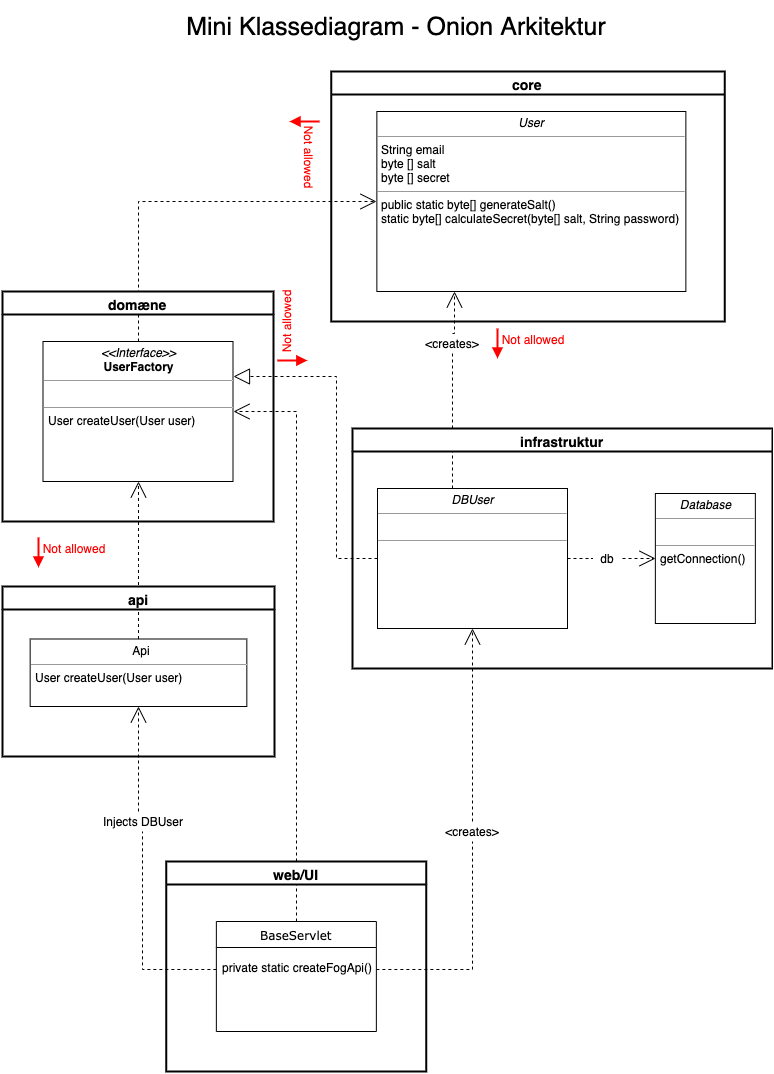
codergram/Fog keeps this draw.io diagram as Documentation/UML/Klassediagram/Class_diagram.png. Above is the earlier version. Source tidied: cells renumbered, new cells last; positions are measured from the earlier drawing's top-left corner, leaving out a move shared by most shapes.
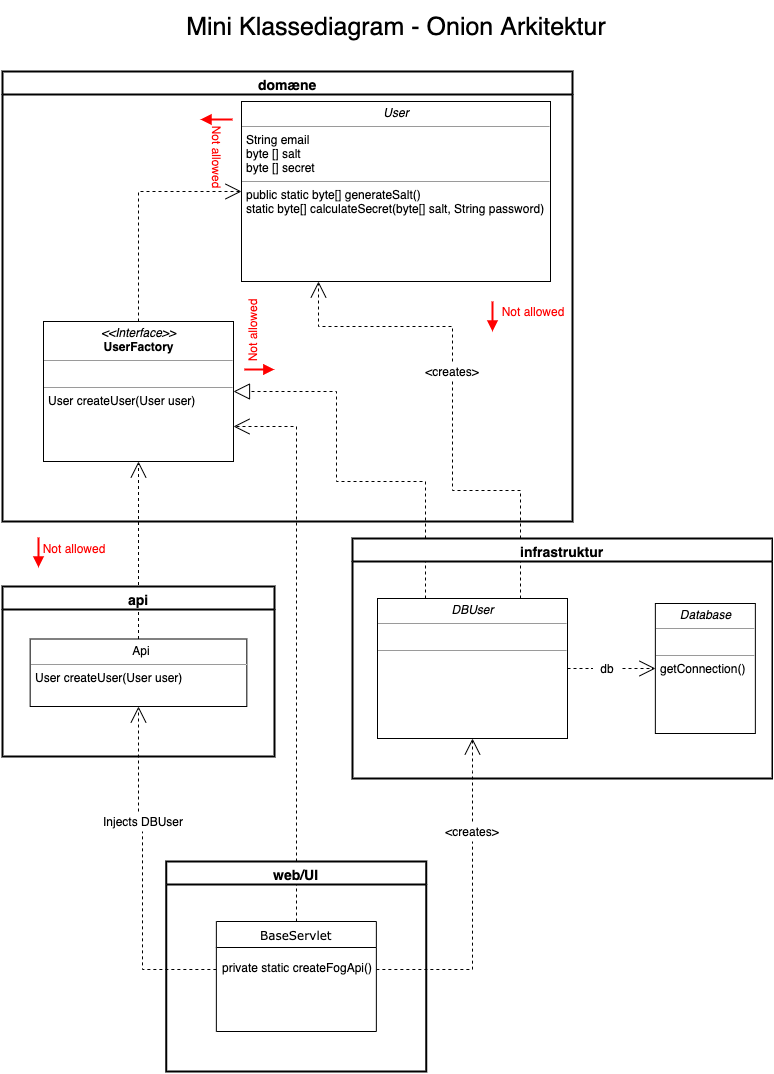
Above is the later version.

Commit message:
klassediagram uden core

What changed in the source:
```diff
@@ -2,32 +2,25 @@
   <root>
     <mxCell id="0" />
     <mxCell id="1" parent="0" />
-    <mxCell id="2" style="edgeStyle=orthogonalEdgeStyle;rounded=0;jettySize=auto;html=1;exitX=0.5;exitY=0;exitDx=0;exitDy=0;entryX=0;entryY=0.5;entryDx=0;entryDy=0;dashed=1;endArrow=open;endFill=0;endSize=14;strokeWidth=1;" parent="1" edge="1" source="23" target="25">
-      <mxGeometry relative="1" as="geometry" />
-    </mxCell>
-    <mxCell id="3" style="edgeStyle=orthogonalEdgeStyle;rounded=0;jettySize=auto;html=1;entryX=1;entryY=0.25;entryDx=0;entryDy=0;dashed=1;endArrow=block;endFill=0;endSize=14;strokeWidth=1;exitX=0;exitY=0.5;exitDx=0;exitDy=0;" parent="1" edge="1" source="7" target="23">
+    <mxCell id="3" style="edgeStyle=orthogonalEdgeStyle;rounded=0;jettySize=auto;html=1;entryX=1;entryY=0.5;entryDx=0;entryDy=0;dashed=1;endArrow=block;endFill=0;endSize=14;strokeWidth=1;exitX=0.25;exitY=0;exitDx=0;exitDy=0;" parent="1" edge="1" source="7" target="23">
       <mxGeometry relative="1" as="geometry">
         <Array as="points">
-          <mxPoint x="333.9" y="557" />
-          <mxPoint x="333.9" y="375" />
+          <mxPoint x="423" y="480" />
+          <mxPoint x="334" y="480" />
+          <mxPoint x="334" y="390" />
         </Array>
       </mxGeometry>
     </mxCell>
     <mxCell id="4" style="edgeStyle=orthogonalEdgeStyle;rounded=0;jettySize=auto;html=1;exitX=1;exitY=0.5;exitDx=0;exitDy=0;entryX=0;entryY=0.5;entryDx=0;entryDy=0;dashed=1;endArrow=none;endFill=0;endSize=14;strokeWidth=1;" parent="1" edge="1" source="7" target="28">
       <mxGeometry relative="1" as="geometry" />
     </mxCell>
-    <mxCell id="5" style="edgeStyle=orthogonalEdgeStyle;rounded=0;jettySize=auto;html=1;entryX=0.25;entryY=1;entryDx=0;entryDy=0;dashed=1;endArrow=open;endFill=0;endSize=14;strokeWidth=1;exitX=0.5;exitY=0;exitDx=0;exitDy=0;" parent="1" edge="1" source="16" target="25">
-      <mxGeometry relative="1" as="geometry" />
-    </mxCell>
-    <mxCell id="6" style="edgeStyle=orthogonalEdgeStyle;rounded=0;jettySize=auto;html=1;entryX=0.5;entryY=1;entryDx=0;entryDy=0;dashed=1;endArrow=none;endFill=0;endSize=14;strokeWidth=1;" parent="1" edge="1" target="16">
-      <mxGeometry relative="1" as="geometry">
-        <mxPoint x="450" y="487" as="sourcePoint" />
-      </mxGeometry>
+    <mxCell id="6" style="edgeStyle=orthogonalEdgeStyle;rounded=0;jettySize=auto;html=1;entryX=0.5;entryY=1;entryDx=0;entryDy=0;dashed=1;endArrow=none;endFill=0;endSize=14;strokeWidth=1;exitX=0.75;exitY=0;exitDx=0;exitDy=0;" parent="1" edge="1" source="7" target="16">
+      <mxGeometry relative="1" as="geometry" />
     </mxCell>
     <mxCell id="7" value="&lt;p style=&quot;margin: 0px ; margin-top: 4px ; text-align: center&quot;&gt;&lt;i&gt;DBUser&lt;/i&gt;&lt;/p&gt;&lt;hr size=&quot;1&quot;&gt;&lt;p style=&quot;margin: 0px ; margin-left: 4px&quot;&gt;&lt;br&gt;&lt;/p&gt;&lt;hr size=&quot;1&quot;&gt;&lt;p style=&quot;margin: 0px ; margin-left: 4px&quot;&gt;&lt;br&gt;&lt;/p&gt;" style="verticalAlign=top;align=left;overflow=fill;fontSize=12;fontFamily=Helvetica;html=1;rounded=0;shadow=0;comic=0;labelBackgroundColor=none;strokeWidth=1;" parent="1" vertex="1">
-      <mxGeometry x="375" y="487" width="190" height="140" as="geometry" />
+      <mxGeometry x="375" y="597" width="190" height="140" as="geometry" />
     </mxCell>
-    <mxCell id="8" style="edgeStyle=orthogonalEdgeStyle;rounded=0;jettySize=auto;html=1;entryX=1;entryY=0.5;entryDx=0;entryDy=0;dashed=1;endArrow=open;endFill=0;endSize=14;strokeWidth=1;exitX=0.5;exitY=0;exitDx=0;exitDy=0;" parent="1" edge="1" source="18" target="23">
+    <mxCell id="8" style="edgeStyle=orthogonalEdgeStyle;rounded=0;jettySize=auto;html=1;entryX=1;entryY=0.75;entryDx=0;entryDy=0;dashed=1;endArrow=open;endFill=0;endSize=14;strokeWidth=1;exitX=0.5;exitY=0;exitDx=0;exitDy=0;" parent="1" edge="1" source="18" target="23">
       <mxGeometry relative="1" as="geometry" />
     </mxCell>
     <mxCell id="9" style="edgeStyle=orthogonalEdgeStyle;rounded=0;jettySize=auto;html=1;entryX=0.5;entryY=1;entryDx=0;entryDy=0;dashed=1;endArrow=open;endFill=0;endSize=14;strokeWidth=1;" parent="1" edge="1" source="10" target="7">
@@ -71,9 +64,6 @@
     <mxCell id="15" style="edgeStyle=orthogonalEdgeStyle;rounded=0;jettySize=auto;html=1;entryX=0.5;entryY=1;entryDx=0;entryDy=0;dashed=1;endArrow=open;endFill=0;endSize=14;strokeWidth=1;" parent="1" edge="1" source="21" target="23">
       <mxGeometry relative="1" as="geometry" />
     </mxCell>
-    <mxCell id="16" value="&amp;lt;creates&amp;gt;" style="text;html=1;strokeColor=none;fillColor=none;align=center;verticalAlign=middle;whiteSpace=wrap;rounded=0;" parent="1" vertex="1">
-      <mxGeometry x="390" y="332" width="120" height="20" as="geometry" />
-    </mxCell>
     <mxCell id="17" value="web/UI" style="swimlane;rounded=0;shadow=0;strokeWidth=2;fillColor=#ffffff;fontFamily=Helvetica;fontSize=14;align=center;html=1;strokeColor=#000000;" parent="1" vertex="1">
       <mxGeometry x="163.9" y="860" width="260" height="210" as="geometry" />
     </mxCell>
@@ -90,19 +80,40 @@
       <mxGeometry x="27.7" y="52.5" width="216.7" height="67.5" as="geometry" />
     </mxCell>
     <mxCell id="22" value="domæne" style="swimlane;rounded=0;shadow=0;strokeWidth=2;fillColor=#ffffff;fontFamily=Helvetica;fontSize=14;align=center;html=1;strokeColor=#000000;" parent="1" vertex="1">
-      <mxGeometry y="290" width="271" height="230" as="geometry" />
+      <mxGeometry y="70" width="570" height="450" as="geometry" />
     </mxCell>
     <mxCell id="23" value="&lt;p style=&quot;margin: 0px ; margin-top: 4px ; text-align: center&quot;&gt;&lt;i&gt;&amp;lt;&amp;lt;Interface&amp;gt;&amp;gt;&lt;/i&gt;&lt;br&gt;&lt;b&gt;UserFactory&lt;/b&gt;&lt;/p&gt;&lt;hr size=&quot;1&quot;&gt;&lt;p style=&quot;margin: 0px ; margin-left: 4px&quot;&gt;&lt;br&gt;&lt;/p&gt;&lt;hr size=&quot;1&quot;&gt;&lt;p style=&quot;margin: 0px ; margin-left: 4px&quot;&gt;User createUser(User user)&lt;/p&gt;" style="verticalAlign=top;align=left;overflow=fill;fontSize=12;fontFamily=Helvetica;html=1;rounded=0;shadow=0;comic=0;labelBackgroundColor=none;strokeWidth=1;" parent="22" vertex="1">
-      <mxGeometry x="40.5" y="50" width="190" height="140" as="geometry" />
+      <mxGeometry x="41" y="250" width="190" height="140" as="geometry" />
     </mxCell>
-    <mxCell id="24" value="core" style="swimlane;rounded=0;shadow=0;strokeWidth=2;fillColor=#ffffff;fontFamily=Helvetica;fontSize=14;align=center;html=1;strokeColor=#000000;" parent="1" vertex="1">
-      <mxGeometry x="328.9" y="70" width="393.5" height="250" as="geometry" />
-    </mxCell>
-    <mxCell id="25" value="&lt;p style=&quot;margin: 0px ; margin-top: 4px ; text-align: center&quot;&gt;&lt;i&gt;User&lt;/i&gt;&lt;/p&gt;&lt;hr size=&quot;1&quot;&gt;&lt;p style=&quot;margin: 0px ; margin-left: 4px&quot;&gt;String email&lt;/p&gt;&lt;p style=&quot;margin: 0px ; margin-left: 4px&quot;&gt;byte [] salt&lt;/p&gt;&lt;p style=&quot;margin: 0px ; margin-left: 4px&quot;&gt;byte [] secret&lt;/p&gt;&lt;hr size=&quot;1&quot;&gt;&lt;p style=&quot;margin: 0px ; margin-left: 4px&quot;&gt;public static byte[] generateSalt()&lt;/p&gt;&lt;p style=&quot;margin: 0px ; margin-left: 4px&quot;&gt;static byte[] calculateSecret(byte[] salt, String password)&lt;/p&gt;" style="verticalAlign=top;align=left;overflow=fill;fontSize=12;fontFamily=Helvetica;html=1;rounded=0;shadow=0;comic=0;labelBackgroundColor=none;strokeWidth=1;" parent="24" vertex="1">
-      <mxGeometry x="45.5" y="40" width="309" height="180" as="geometry" />
+    <mxCell id="25" value="&lt;p style=&quot;margin: 0px ; margin-top: 4px ; text-align: center&quot;&gt;&lt;i&gt;User&lt;/i&gt;&lt;/p&gt;&lt;hr size=&quot;1&quot;&gt;&lt;p style=&quot;margin: 0px ; margin-left: 4px&quot;&gt;String email&lt;/p&gt;&lt;p style=&quot;margin: 0px ; margin-left: 4px&quot;&gt;byte [] salt&lt;/p&gt;&lt;p style=&quot;margin: 0px ; margin-left: 4px&quot;&gt;byte [] secret&lt;/p&gt;&lt;hr size=&quot;1&quot;&gt;&lt;p style=&quot;margin: 0px ; margin-left: 4px&quot;&gt;public static byte[] generateSalt()&lt;/p&gt;&lt;p style=&quot;margin: 0px ; margin-left: 4px&quot;&gt;static byte[] calculateSecret(byte[] salt, String password)&lt;/p&gt;" style="verticalAlign=top;align=left;overflow=fill;fontSize=12;fontFamily=Helvetica;html=1;rounded=0;shadow=0;comic=0;labelBackgroundColor=none;strokeWidth=1;" parent="22" vertex="1">
+      <mxGeometry x="239" y="30" width="309" height="180" as="geometry" />
     </mxCell>
+    <mxCell id="2" style="edgeStyle=orthogonalEdgeStyle;rounded=0;jettySize=auto;html=1;exitX=0.5;exitY=0;exitDx=0;exitDy=0;entryX=0;entryY=0.5;entryDx=0;entryDy=0;dashed=1;endArrow=open;endFill=0;endSize=14;strokeWidth=1;" parent="22" edge="1" source="23" target="25">
+      <mxGeometry relative="1" as="geometry" />
+    </mxCell>
+    <mxCell id="37" value="&lt;font color=&quot;#ff0000&quot;&gt;Not allowed&lt;/font&gt;" style="text;html=1;strokeColor=none;fillColor=none;align=center;verticalAlign=middle;whiteSpace=wrap;rounded=0;rotation=90;" parent="22" vertex="1">
+      <mxGeometry x="180" y="75" width="70" height="20" as="geometry" />
+    </mxCell>
+    <mxCell id="31" value="&lt;font color=&quot;#ff0000&quot;&gt;Not allowed&lt;/font&gt;" style="text;html=1;strokeColor=none;fillColor=none;align=center;verticalAlign=middle;whiteSpace=wrap;rounded=0;" parent="22" vertex="1">
+      <mxGeometry x="495" y="230" width="70" height="20" as="geometry" />
+    </mxCell>
+    <mxCell id="30" style="endArrow=block;html=1;strokeWidth=2;strokeColor=#FF0000;endFill=1;" parent="22" edge="1">
+      <mxGeometry relative="1" as="geometry">
+        <mxPoint x="490" y="230" as="sourcePoint" />
+        <mxPoint x="490" y="260" as="targetPoint" />
+      </mxGeometry>
+    </mxCell>
+    <mxCell id="16" value="&amp;lt;creates&amp;gt;" style="text;html=1;strokeColor=none;fillColor=none;align=center;verticalAlign=middle;whiteSpace=wrap;rounded=0;" parent="22" vertex="1">
+      <mxGeometry x="390" y="290" width="120" height="20" as="geometry" />
+    </mxCell>
+    <mxCell id="5" style="edgeStyle=orthogonalEdgeStyle;rounded=0;jettySize=auto;html=1;entryX=0.25;entryY=1;entryDx=0;entryDy=0;dashed=1;endArrow=open;endFill=0;endSize=14;strokeWidth=1;exitX=0.5;exitY=0;exitDx=0;exitDy=0;" parent="22" edge="1" source="16" target="25">
+      <mxGeometry relative="1" as="geometry" />
+    </mxCell>
+    <mxCell id="35" value="&lt;font color=&quot;#ff0000&quot;&gt;Not allowed&lt;/font&gt;" style="text;html=1;strokeColor=none;fillColor=none;align=center;verticalAlign=middle;whiteSpace=wrap;rounded=0;rotation=-90;" parent="22" vertex="1">
+      <mxGeometry x="215" y="250" width="70" height="20" as="geometry" />
+    </mxCell>
     <mxCell id="26" value="infrastruktur" style="swimlane;rounded=0;shadow=0;strokeWidth=2;fillColor=#ffffff;fontFamily=Helvetica;fontSize=14;align=center;html=1;strokeColor=#000000;" parent="1" vertex="1">
-      <mxGeometry x="350" y="427" width="420" height="240" as="geometry" />
+      <mxGeometry x="350" y="537" width="420" height="240" as="geometry" />
     </mxCell>
     <mxCell id="27" value="&lt;p style=&quot;margin: 0px ; margin-top: 4px ; text-align: center&quot;&gt;&lt;i&gt;Database&lt;/i&gt;&lt;/p&gt;&lt;hr size=&quot;1&quot;&gt;&lt;p style=&quot;margin: 0px ; margin-left: 4px&quot;&gt;&lt;br&gt;&lt;/p&gt;&lt;hr size=&quot;1&quot;&gt;&lt;p style=&quot;margin: 0px ; margin-left: 4px&quot;&gt;getConnection()&lt;/p&gt;" style="verticalAlign=top;align=left;overflow=fill;fontSize=12;fontFamily=Helvetica;html=1;rounded=0;shadow=0;comic=0;labelBackgroundColor=none;strokeWidth=1;" parent="26" vertex="1">
       <mxGeometry x="302.9" y="65" width="100" height="130" as="geometry" />
@@ -113,15 +124,6 @@
     <mxCell id="29" style="edgeStyle=orthogonalEdgeStyle;rounded=0;jettySize=auto;html=1;entryX=0;entryY=0.5;entryDx=0;entryDy=0;dashed=1;endArrow=open;endFill=0;endSize=14;strokeWidth=1;exitX=1;exitY=0.5;exitDx=0;exitDy=0;" parent="26" edge="1" source="28" target="27">
       <mxGeometry relative="1" as="geometry" />
     </mxCell>
-    <mxCell id="30" style="endArrow=block;html=1;strokeWidth=2;strokeColor=#FF0000;endFill=1;" parent="1" edge="1">
-      <mxGeometry relative="1" as="geometry">
-        <mxPoint x="495" y="327" as="sourcePoint" />
-        <mxPoint x="495" y="357" as="targetPoint" />
-      </mxGeometry>
-    </mxCell>
-    <mxCell id="31" value="&lt;font color=&quot;#ff0000&quot;&gt;Not allowed&lt;/font&gt;" style="text;html=1;strokeColor=none;fillColor=none;align=center;verticalAlign=middle;whiteSpace=wrap;rounded=0;" parent="1" vertex="1">
-      <mxGeometry x="495" y="328" width="70" height="20" as="geometry" />
-    </mxCell>
     <mxCell id="32" style="endArrow=block;html=1;strokeWidth=2;strokeColor=#FF0000;endFill=1;" parent="1" edge="1">
       <mxGeometry relative="1" as="geometry">
         <mxPoint x="36" y="536" as="sourcePoint" />
@@ -133,22 +135,16 @@
     </mxCell>
     <mxCell id="34" style="endArrow=block;html=1;strokeWidth=2;strokeColor=#FF0000;endFill=1;" parent="1" edge="1">
       <mxGeometry relative="1" as="geometry">
-        <mxPoint x="274.9" y="359" as="sourcePoint" />
-        <mxPoint x="304.9" y="359" as="targetPoint" />
+        <mxPoint x="241.9" y="368" as="sourcePoint" />
+        <mxPoint x="271.9" y="368" as="targetPoint" />
       </mxGeometry>
     </mxCell>
-    <mxCell id="35" value="&lt;font color=&quot;#ff0000&quot;&gt;Not allowed&lt;/font&gt;" style="text;html=1;strokeColor=none;fillColor=none;align=center;verticalAlign=middle;whiteSpace=wrap;rounded=0;rotation=-90;" parent="1" vertex="1">
-      <mxGeometry x="248.9" y="311" width="70" height="20" as="geometry" />
-    </mxCell>
-    <mxCell id="36" style="endArrow=block;html=1;strokeWidth=2;strokeColor=#FF0000;endFill=1;" parent="1" edge="1">
+    <mxCell id="36" style="endArrow=block;html=1;strokeWidth=2;strokeColor=#FF0000;endFill=1;entryX=0;entryY=1;entryDx=0;entryDy=0;" parent="1" edge="1">
       <mxGeometry relative="1" as="geometry">
-        <mxPoint x="317" y="120" as="sourcePoint" />
-        <mxPoint x="287" y="120" as="targetPoint" />
+        <mxPoint x="230" y="118" as="sourcePoint" />
+        <mxPoint x="198" y="118" as="targetPoint" />
       </mxGeometry>
     </mxCell>
-    <mxCell id="37" value="&lt;font color=&quot;#ff0000&quot;&gt;Not allowed&lt;/font&gt;" style="text;html=1;strokeColor=none;fillColor=none;align=center;verticalAlign=middle;whiteSpace=wrap;rounded=0;rotation=90;" parent="1" vertex="1">
-      <mxGeometry x="272" y="145" width="70" height="20" as="geometry" />
-    </mxCell>
     <mxCell id="38" value="&lt;font style=&quot;font-size: 25px&quot;&gt;Mini Klassediagram - Onion Arkitektur&lt;/font&gt;" style="text;html=1;strokeColor=none;fillColor=none;align=center;verticalAlign=middle;whiteSpace=wrap;rounded=0;" parent="1" vertex="1">
       <mxGeometry x="32.9" width="720" height="50" as="geometry" />
     </mxCell>
```
